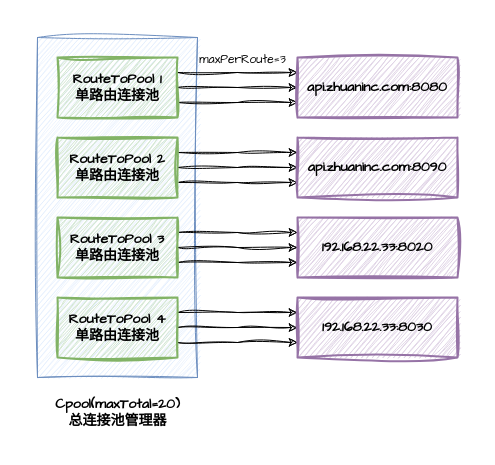
Before: tech/common/arch-common.drawio in zhuanzhuan-tech/arch-draw-io, a draw.io diagram. Source tidied: cells renumbered, new cells numbered last; positions are measured from the earlier drawing's top-left corner, leaving out a move shared by most shapes. Both pictures are drawn from the tidied source at 100%, with x=0, y=0 at pixel (37, 37).
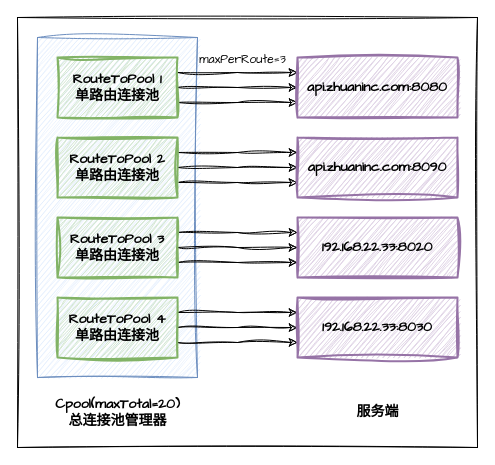
The same page after the edit.

What changed in the source:
```diff
@@
+    <mxCell id="25" style="rounded=0;whiteSpace=wrap;html=1;sketch=1;hachureGap=4;jiggle=2;curveFitting=1;fontFamily=Architects Daughter;fillColor=none;" parent="1" vertex="1">
+      <mxGeometry x="-20" y="-20" width="460" height="430" as="geometry" />
+    </mxCell>
@@
+    <mxCell id="26" value="&lt;b style=&quot;font-size: 14px;&quot;&gt;&lt;font style=&quot;font-size: 14px;&quot;&gt;服务端&lt;/font&gt;&lt;/b&gt;" style="text;html=1;align=center;verticalAlign=middle;strokeColor=none;fillColor=none;fontFamily=Architects Daughter;" parent="1" vertex="1">
+      <mxGeometry x="305" y="360" width="70" height="30" as="geometry" />
+    </mxCell>
```
